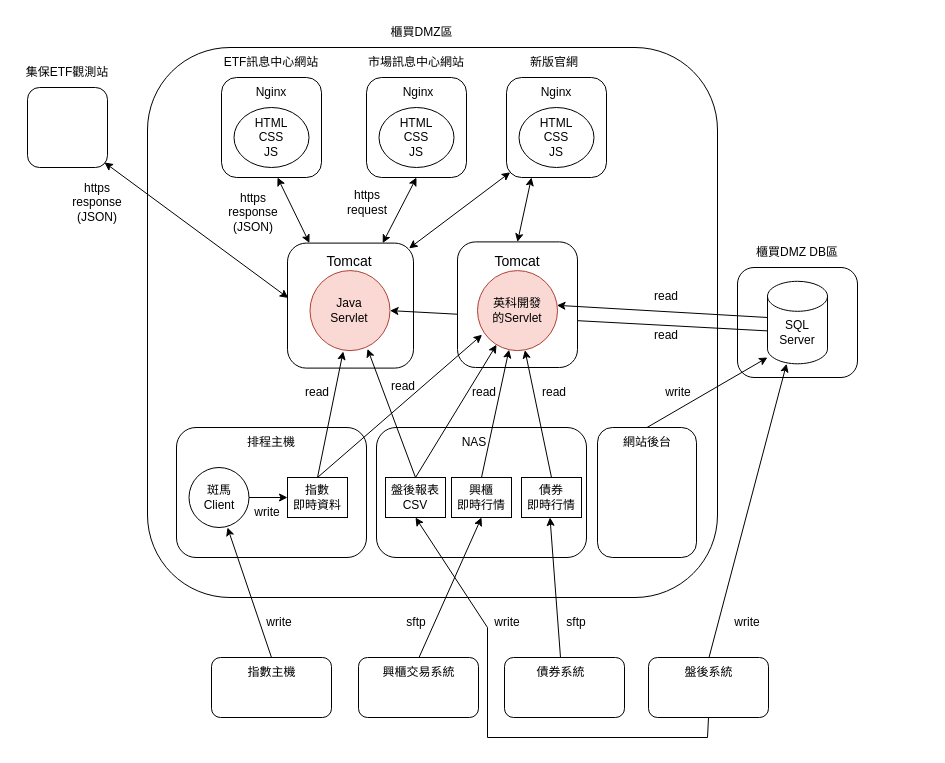
Above: page "第 1 页" (1 of 5) of 期末報告/網站架構.drawio in shih33/java_atguigu (draw.io), before the change. Source tidied: cells renumbered, new cells numbered last; positions are measured from the earlier drawing's top-left corner, leaving out a move shared by most shapes. Both pictures are drawn from the tidied source at 100%, with x=0, y=0 at pixel (17, 17).
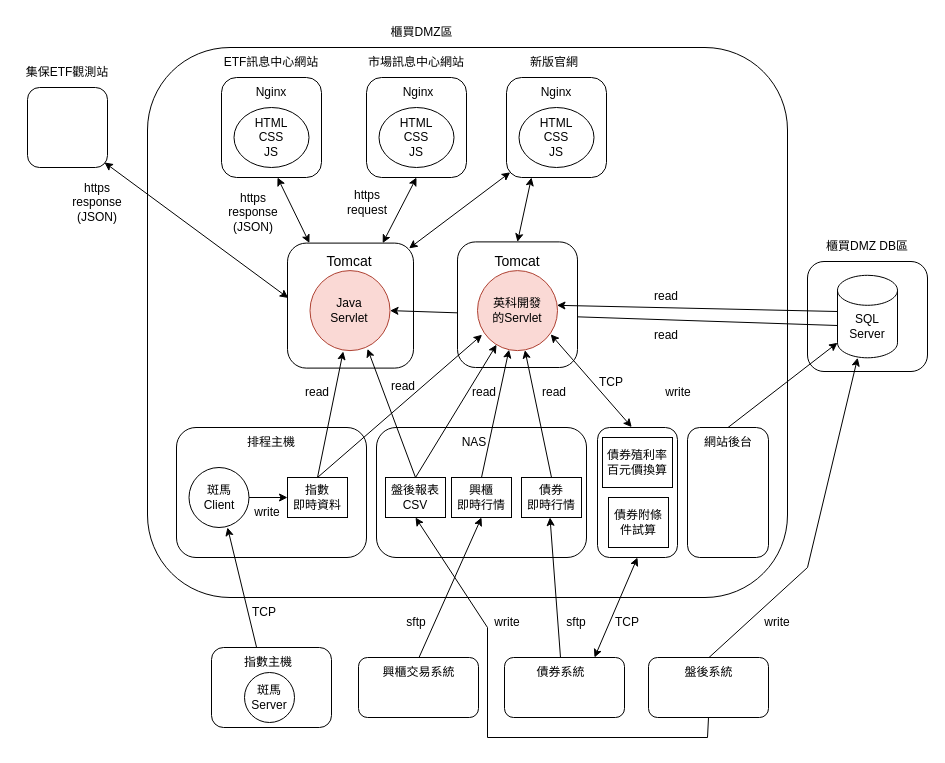
After the change.

Unchanged cells that the change refers to:
```xml
<mxCell id="46" style="rounded=1;whiteSpace=wrap;html=1;" parent="1" vertex="1">
  <mxGeometry x="487" y="640" width="120" height="60" as="geometry" />
</mxCell>
<mxCell id="52" value="盤後系統" style="text;html=1;align=center;verticalAlign=middle;whiteSpace=wrap;rounded=0;" parent="1" vertex="1">
  <mxGeometry x="646" y="640" width="91" height="30" as="geometry" />
</mxCell>
<mxCell id="82" style="ellipse;whiteSpace=wrap;html=1;fillColor=#fad9d5;strokeColor=#ae4132;" parent="1" vertex="1">
  <mxGeometry x="460" y="253.1" width="80" height="80" as="geometry" />
</mxCell>
```

Change to the diagram source:
```diff
@@
     <mxCell id="3" style="rounded=1;whiteSpace=wrap;html=1;" parent="1" vertex="1">
-      <mxGeometry x="130" y="30" width="570" height="550" as="geometry" />
+      <mxGeometry x="130" y="30" width="640" height="550" as="geometry" />
     </mxCell>
@@
     <mxCell id="26" style="rounded=1;whiteSpace=wrap;html=1;" parent="1" vertex="1">
-      <mxGeometry x="720" y="250" width="120" height="110" as="geometry" />
+      <mxGeometry x="790" y="244" width="120" height="110" as="geometry" />
     </mxCell>
     <mxCell id="27" value="櫃買DMZ DB區" style="text;html=1;align=center;verticalAlign=middle;whiteSpace=wrap;rounded=0;" parent="1" vertex="1">
-      <mxGeometry x="735" y="225" width="90" height="20" as="geometry" />
+      <mxGeometry x="805" y="219" width="90" height="20" as="geometry" />
     </mxCell>
     <mxCell id="28" style="shape=cylinder3;whiteSpace=wrap;html=1;boundedLbl=1;backgroundOutline=1;size=15;" parent="1" vertex="1">
-      <mxGeometry x="750" y="263.8" width="60" height="82.5" as="geometry" />
+      <mxGeometry x="820" y="257.8" width="60" height="82.5" as="geometry" />
     </mxCell>
     <mxCell id="29" value="SQL&lt;div&gt;Server&lt;/div&gt;" style="text;html=1;align=center;verticalAlign=middle;whiteSpace=wrap;rounded=0;" parent="1" vertex="1">
-      <mxGeometry x="750" y="300" width="60" height="30" as="geometry" />
+      <mxGeometry x="820" y="294" width="60" height="30" as="geometry" />
     </mxCell>
@@
     <mxCell id="32" style="rounded=1;whiteSpace=wrap;html=1;" parent="1" vertex="1">
-      <mxGeometry x="580" y="410" width="99" height="130" as="geometry" />
+      <mxGeometry x="670" y="410" width="81" height="130" as="geometry" />
     </mxCell>
@@
     <mxCell id="35" value="網站後台" style="text;html=1;align=center;verticalAlign=middle;whiteSpace=wrap;rounded=0;" parent="1" vertex="1">
-      <mxGeometry x="599.5" y="410" width="60" height="30" as="geometry" />
+      <mxGeometry x="680.5" y="410" width="60" height="30" as="geometry" />
     </mxCell>
@@
     <mxCell id="47" style="rounded=1;whiteSpace=wrap;html=1;" parent="1" vertex="1">
-      <mxGeometry x="194" y="640" width="120" height="60" as="geometry" />
+      <mxGeometry x="194" y="630" width="120" height="80" as="geometry" />
     </mxCell>
@@
-    <mxCell id="51" value="指數主機" style="text;html=1;align=center;verticalAlign=middle;whiteSpace=wrap;rounded=0;" parent="1" vertex="1">
-      <mxGeometry x="208.5" y="640" width="91" height="30" as="geometry" />
-    </mxCell>
@@
-    <mxCell id="60" style="endArrow=classic;html=1;rounded=0;exitX=0.5;exitY=0;exitDx=0;exitDy=0;" parent="1" edge="1" source="35">
-      <mxGeometry relative="1" as="geometry">
-        <mxPoint x="750" y="340" as="targetPoint" />
-      </mxGeometry>
+    <mxCell id="60" style="endArrow=classic;html=1;rounded=0;exitX=0.5;exitY=0;exitDx=0;exitDy=0;entryX=0;entryY=1;entryDx=0;entryDy=-15;entryPerimeter=0;" parent="1" edge="1" source="35" target="28">
+      <mxGeometry relative="1" as="geometry" />
     </mxCell>
@@
-    <mxCell id="64" style="endArrow=classic;html=1;rounded=0;exitX=0.5;exitY=0;exitDx=0;exitDy=0;" parent="1" edge="1" source="51">
+    <mxCell id="64" style="endArrow=classic;html=1;rounded=0;exitX=0.32;exitY=0.01;exitDx=0;exitDy=0;exitPerimeter=0;" parent="1" edge="1" source="51">
       <mxGeometry relative="1" as="geometry">
         <mxPoint x="210" y="510" as="targetPoint" />
       </mxGeometry>
     </mxCell>
     <mxCell id="65" style="endArrow=classic;html=1;rounded=0;exitX=0.5;exitY=0;exitDx=0;exitDy=0;" parent="1" edge="1" source="52" target="28">
-      <mxGeometry relative="1" as="geometry" />
+      <mxGeometry relative="1" as="geometry">
+        <Array as="points">
+          <mxPoint x="790" y="550" />
+        </Array>
+      </mxGeometry>
     </mxCell>
@@
-    <mxCell id="76" value="writ&lt;span style=&quot;background-color: initial;&quot;&gt;e&lt;/span&gt;" style="text;html=1;align=center;verticalAlign=middle;whiteSpace=wrap;rounded=0;" parent="1" vertex="1">
-      <mxGeometry x="231.5" y="590" width="60" height="30" as="geometry" />
+    <mxCell id="76" value="TCP" style="text;html=1;align=center;verticalAlign=middle;whiteSpace=wrap;rounded=0;" parent="1" vertex="1">
+      <mxGeometry x="217" y="580" width="60" height="30" as="geometry" />
     </mxCell>
     <mxCell id="77" value="writ&lt;span style=&quot;background-color: initial;&quot;&gt;e&lt;/span&gt;" style="text;html=1;align=center;verticalAlign=middle;whiteSpace=wrap;rounded=0;" parent="1" vertex="1">
-      <mxGeometry x="700" y="590" width="60" height="30" as="geometry" />
+      <mxGeometry x="730" y="590" width="60" height="30" as="geometry" />
     </mxCell>
@@
+    <mxCell id="93" style="rounded=1;whiteSpace=wrap;html=1;" parent="1" vertex="1">
+      <mxGeometry x="580" y="410" width="80" height="130" as="geometry" />
+    </mxCell>
+    <mxCell id="94" style="rounded=0;whiteSpace=wrap;html=1;" parent="1" vertex="1">
+      <mxGeometry x="585" y="420" width="70" height="50" as="geometry" />
+    </mxCell>
+    <mxCell id="95" style="rounded=0;whiteSpace=wrap;html=1;" parent="1" vertex="1">
+      <mxGeometry x="591" y="480" width="60" height="50" as="geometry" />
+    </mxCell>
+    <mxCell id="96" value="&lt;p class=&quot;MsoPlainText&quot;&gt;&lt;font face=&quot;新細明體, serif&quot;&gt;債券殖利率百元價換算&lt;/font&gt;&lt;br&gt;&lt;/p&gt;" style="text;html=1;align=center;verticalAlign=middle;whiteSpace=wrap;rounded=0;" parent="1" vertex="1">
+      <mxGeometry x="588" y="430" width="64" height="30" as="geometry" />
+    </mxCell>
+    <mxCell id="97" value="債券附條件試算" style="text;html=1;align=center;verticalAlign=middle;whiteSpace=wrap;rounded=0;" parent="1" vertex="1">
+      <mxGeometry x="591" y="490" width="60" height="30" as="geometry" />
+    </mxCell>
+    <mxCell id="98" style="endArrow=classic;startArrow=classic;html=1;rounded=0;entryX=0.915;entryY=0.797;entryDx=0;entryDy=0;entryPerimeter=0;exitX=0.428;exitY=-0.003;exitDx=0;exitDy=0;exitPerimeter=0;" parent="1" edge="1" source="93" target="82">
+      <mxGeometry relative="1" as="geometry" />
+    </mxCell>
+    <mxCell id="99" style="endArrow=classic;startArrow=classic;html=1;rounded=0;exitX=0.75;exitY=0;exitDx=0;exitDy=0;entryX=0.5;entryY=1;entryDx=0;entryDy=0;" parent="1" edge="1" source="46" target="93">
+      <mxGeometry relative="1" as="geometry" />
+    </mxCell>
+    <mxCell id="100" value="TCP" style="text;html=1;align=center;verticalAlign=middle;whiteSpace=wrap;rounded=0;" parent="1" vertex="1">
+      <mxGeometry x="564" y="350" width="60" height="30" as="geometry" />
+    </mxCell>
+    <mxCell id="101" value="TCP" style="text;html=1;align=center;verticalAlign=middle;whiteSpace=wrap;rounded=0;" parent="1" vertex="1">
+      <mxGeometry x="580" y="590" width="60" height="30" as="geometry" />
+    </mxCell>
+    <mxCell id="102" style="ellipse;whiteSpace=wrap;html=1;" parent="1" vertex="1">
+      <mxGeometry x="227" y="655" width="50" height="50" as="geometry" />
+    </mxCell>
+    <mxCell id="103" value="斑馬&lt;div&gt;Server&lt;/div&gt;" style="text;html=1;align=center;verticalAlign=middle;whiteSpace=wrap;rounded=0;" parent="1" vertex="1">
+      <mxGeometry x="222" y="665" width="60" height="30" as="geometry" />
+    </mxCell>
+    <mxCell id="104" style="endArrow=classic;html=1;rounded=0;exitX=0.32;exitY=0.01;exitDx=0;exitDy=0;exitPerimeter=0;" parent="1" edge="1" source="102">
+      <mxGeometry relative="1" as="geometry">
+        <mxPoint x="243.3" y="655" as="targetPoint" />
+      </mxGeometry>
+    </mxCell>
+    <mxCell id="51" value="指數主機" style="text;html=1;align=center;verticalAlign=middle;whiteSpace=wrap;rounded=0;" parent="1" vertex="1">
+      <mxGeometry x="219.5" y="630" width="61.5" height="30" as="geometry" />
+    </mxCell>
```
